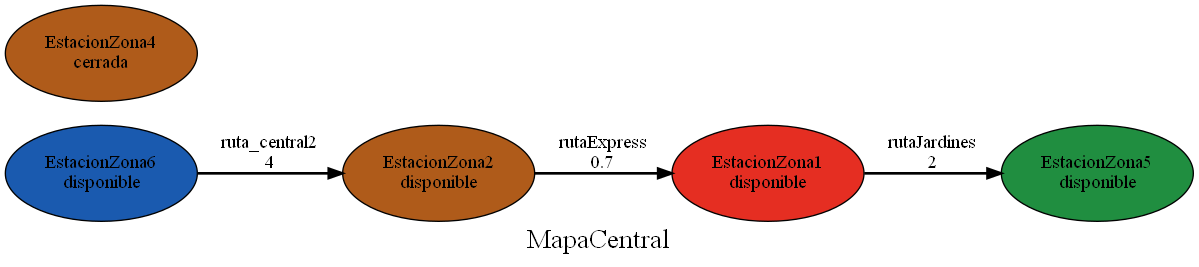
This is Images/Ruta.gv.png from AdrianMolina2000/-LF-Proyecto1, a Graphviz export, as it was before one commit. Its source is kept beside it as Images/Ruta.gv. Its diagram source:
```dot
digraph Ruta {
	node [color=black fillcolor="#1A5AAF" fixedsize=true height=1 shape=oval style=filled width=2]
	EstacionZona6 [label="EstacionZona6
disponible"]
	node [color=black fillcolor="#AF5B1A" fixedsize=true height=1 shape=oval style=filled width=2]
	EstacionZona2 [label="EstacionZona2
disponible"]
	node [color=black fillcolor="#E52E22" fixedsize=true height=1 shape=oval style=filled width=2]
	EstacionZona1 [label="EstacionZona1
disponible"]
	node [color=black fillcolor="#208E40" fixedsize=true height=1 shape=oval style=filled width=2]
	EstacionZona5 [label="EstacionZona5
disponible"]
	node [color=black fillcolor="#AF5B1A" fixedsize=true height=1 shape=oval style=filled width=2]
	EstacionZona4 [label="EstacionZona4
cerrada"]
	EstacionZona6 -> EstacionZona2 [label="ruta_central2
4" style=bold]
	EstacionZona2 -> EstacionZona1 [label="rutaExpress
0.7" style=bold]
	EstacionZona1 -> EstacionZona5 [label="rutaJardines
2" style=bold]
	overlap=false
	label=MapaCentral
	fontsize=20
	rankdir=LR
}
```
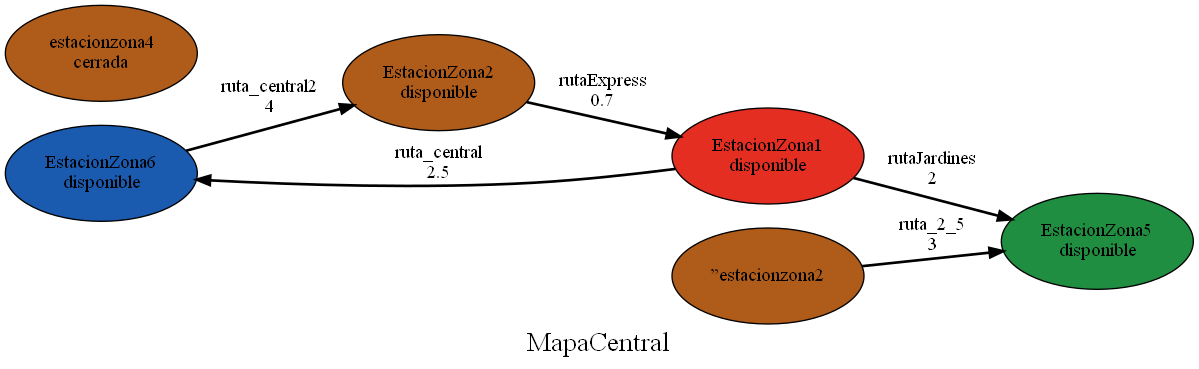
The same file after the commit.

Diff of the diagram source:
```diff
@@ -1,25 +1,29 @@
 digraph Ruta {
 	node [color=black fillcolor="#1A5AAF" fixedsize=true height=1 shape=oval style=filled width=2]
-	EstacionZona6 [label="EstacionZona6
+	estacionzona6 [label="EstacionZona6
 disponible"]
 	node [color=black fillcolor="#AF5B1A" fixedsize=true height=1 shape=oval style=filled width=2]
-	EstacionZona2 [label="EstacionZona2
+	estacionzona2 [label="EstacionZona2
 disponible"]
 	node [color=black fillcolor="#E52E22" fixedsize=true height=1 shape=oval style=filled width=2]
-	EstacionZona1 [label="EstacionZona1
+	estacionzona1 [label="EstacionZona1
 disponible"]
 	node [color=black fillcolor="#208E40" fixedsize=true height=1 shape=oval style=filled width=2]
-	EstacionZona5 [label="EstacionZona5
+	estacionzona5 [label="EstacionZona5
 disponible"]
 	node [color=black fillcolor="#AF5B1A" fixedsize=true height=1 shape=oval style=filled width=2]
-	EstacionZona4 [label="EstacionZona4
+	estacionzona4 [label="estacionzona4
 cerrada"]
-	EstacionZona6 -> EstacionZona2 [label="ruta_central2
+	estacionzona1 -> estacionzona6 [label="ruta_central
+2.5" style=bold]
+	estacionzona6 -> estacionzona2 [label="ruta_central2
 4" style=bold]
-	EstacionZona2 -> EstacionZona1 [label="rutaExpress
+	estacionzona2 -> estacionzona1 [label="rutaExpress
 0.7" style=bold]
-	EstacionZona1 -> EstacionZona5 [label="rutaJardines
+	estacionzona1 -> estacionzona5 [label="rutaJardines
 2" style=bold]
+	"”estacionzona2" -> estacionzona5 [label="ruta_2_5
+3" style=bold]
 	overlap=false
 	label=MapaCentral
 	fontsize=20
```
